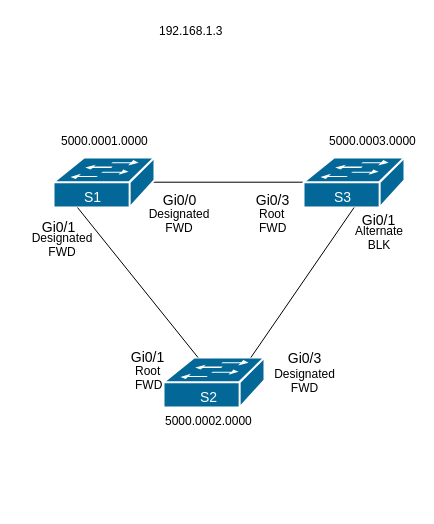
The draw.io diagram Labs/Lab2/LAB2_1.drawio in AlexandrIII/Networks, before the edit. Source tidied: cells renumbered, new cells numbered last; positions are measured from the earlier drawing's top-left corner, leaving out a move shared by most shapes. Both pictures are drawn from the tidied source at 100%, with x=0, y=0 at pixel (17, 17).
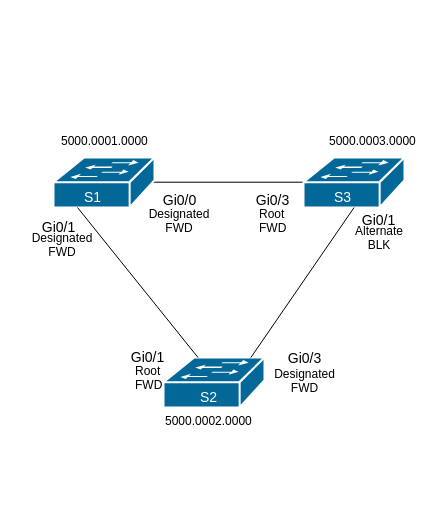
The same diagram, later.

The edit, as a diff of the source:
```diff
@@
-    <mxCell id="12" value="192.168.1.3" style="text;whiteSpace=wrap;html=1;fontColor=#000000;" parent="1" vertex="1">
-      <mxGeometry x="140" width="90" height="30" as="geometry" />
-    </mxCell>
```
